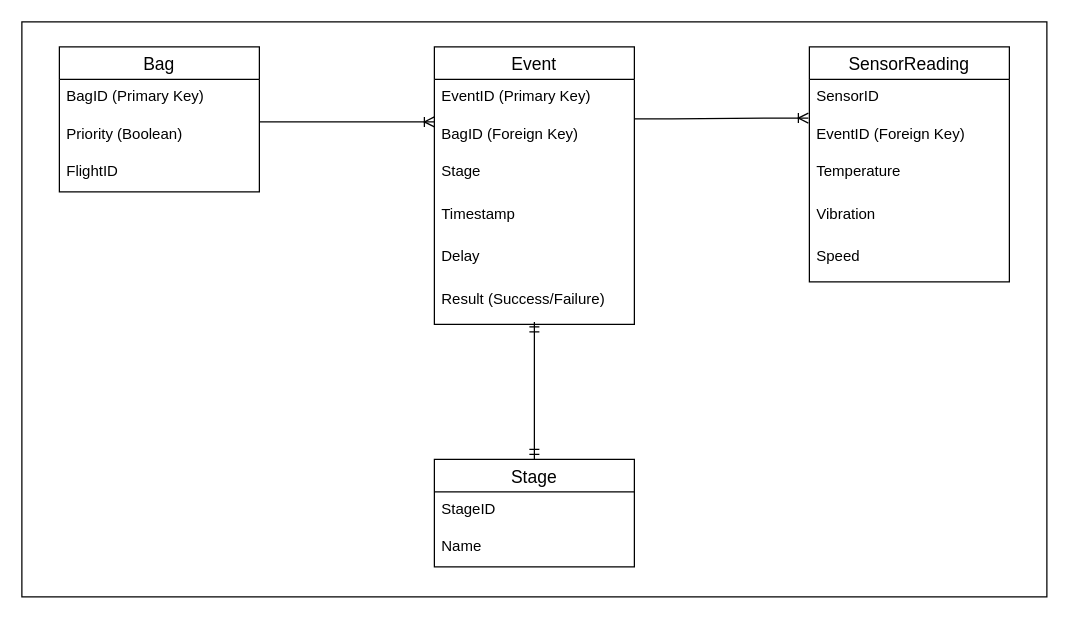
Above: Notes/ERD.drawio in jmatvdbergdotus/Project-3-Data-Comes-Alive (draw.io), before the change. Source tidied: cells renumbered, new cells numbered last; positions are measured from the earlier drawing's top-left corner, leaving out a move shared by most shapes. Both pictures are drawn from the tidied source at 125%, with x=0, y=0 at pixel (21, 21).
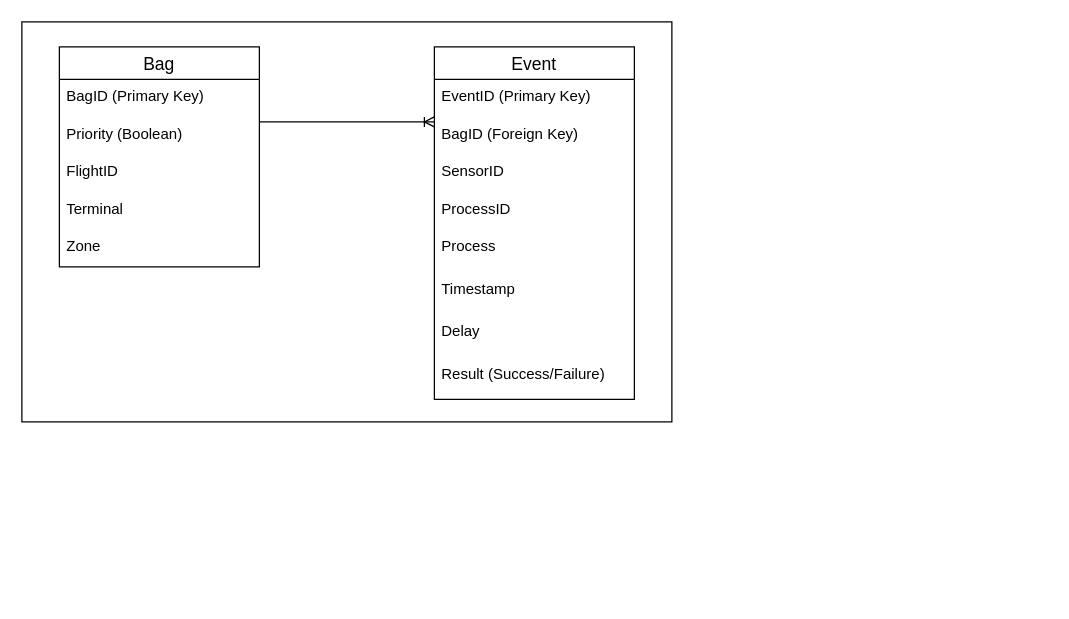
The same diagram, later.

Change to the diagram source:
```diff
@@
     <mxCell id="2" value="Bag" style="swimlane;fontStyle=0;horizontal=1;startSize=26;align=center;fontSize=14;" parent="1" vertex="1">
-      <mxGeometry x="30" y="20" width="160" height="116" as="geometry" />
+      <mxGeometry x="30" y="20" width="160" height="176" as="geometry" />
     </mxCell>
@@
+    <mxCell id="26" value="Terminal" style="text;strokeColor=none;fillColor=none;spacingLeft=4;spacingRight=4;overflow=hidden;fontSize=12;whiteSpace=wrap;html=1;" parent="2" vertex="1">
+      <mxGeometry y="116" width="160" height="30" as="geometry" />
+    </mxCell>
+    <mxCell id="27" value="Zone" style="text;strokeColor=none;fillColor=none;spacingLeft=4;spacingRight=4;overflow=hidden;fontSize=12;whiteSpace=wrap;html=1;" parent="2" vertex="1">
+      <mxGeometry y="146" width="160" height="30" as="geometry" />
+    </mxCell>
     <mxCell id="6" value="Event" style="swimlane;fontStyle=0;horizontal=1;startSize=26;align=center;fontSize=14;" parent="1" vertex="1">
-      <mxGeometry x="330" y="20" width="160" height="222" as="geometry" />
+      <mxGeometry x="330" y="20" width="160" height="282" as="geometry" />
     </mxCell>
@@
+    <mxCell id="14" value="SensorID" style="text;strokeColor=none;fillColor=none;spacingLeft=4;spacingRight=4;overflow=hidden;points=[[0,0.5],[1,0.5]];portConstraint=eastwest;fontSize=12;whiteSpace=wrap;html=1;" parent="6" vertex="1">
+      <mxGeometry y="86" width="160" height="30" as="geometry" />
+    </mxCell>
+    <mxCell id="20" value="ProcessID" style="text;strokeColor=none;fillColor=none;spacingLeft=4;spacingRight=4;overflow=hidden;fontSize=12;whiteSpace=wrap;html=1;" parent="6" vertex="1">
+      <mxGeometry y="116" width="160" height="30" as="geometry" />
+    </mxCell>
-    <mxCell id="9" value="Stage" style="text;strokeColor=none;fillColor=none;spacingLeft=4;spacingRight=4;overflow=hidden;fontSize=12;whiteSpace=wrap;html=1;" parent="6" vertex="1">
-      <mxGeometry y="86" width="160" height="34" as="geometry" />
+    <mxCell id="9" value="Process" style="text;strokeColor=none;fillColor=none;spacingLeft=4;spacingRight=4;overflow=hidden;fontSize=12;whiteSpace=wrap;html=1;" parent="6" vertex="1">
+      <mxGeometry y="146" width="160" height="34" as="geometry" />
     </mxCell>
     <mxCell id="10" value="Timestamp" style="text;strokeColor=none;fillColor=none;spacingLeft=4;spacingRight=4;overflow=hidden;fontSize=12;whiteSpace=wrap;html=1;" parent="6" vertex="1">
-      <mxGeometry y="120" width="160" height="34" as="geometry" />
+      <mxGeometry y="180" width="160" height="34" as="geometry" />
     </mxCell>
     <mxCell id="11" value="Delay" style="text;strokeColor=none;fillColor=none;spacingLeft=4;spacingRight=4;overflow=hidden;fontSize=12;whiteSpace=wrap;html=1;" parent="6" vertex="1">
-      <mxGeometry y="154" width="160" height="34" as="geometry" />
+      <mxGeometry y="214" width="160" height="34" as="geometry" />
     </mxCell>
     <mxCell id="12" value="Result (Success/Failure)" style="text;strokeColor=none;fillColor=none;spacingLeft=4;spacingRight=4;overflow=hidden;fontSize=12;whiteSpace=wrap;html=1;" parent="6" vertex="1">
-      <mxGeometry y="188" width="160" height="34" as="geometry" />
+      <mxGeometry y="248" width="160" height="34" as="geometry" />
     </mxCell>
-    <mxCell id="13" value="SensorReading" style="swimlane;fontStyle=0;horizontal=1;startSize=26;align=center;fontSize=14;" parent="1" vertex="1">
-      <mxGeometry x="630" y="20" width="160" height="188" as="geometry" />
-    </mxCell>
-    <mxCell id="14" value="SensorID" style="text;strokeColor=none;fillColor=none;spacingLeft=4;spacingRight=4;overflow=hidden;points=[[0,0.5],[1,0.5]];portConstraint=eastwest;fontSize=12;whiteSpace=wrap;html=1;" parent="13" vertex="1">
-      <mxGeometry y="26" width="160" height="30" as="geometry" />
-    </mxCell>
-    <mxCell id="15" value="EventID (Foreign Key)" style="text;strokeColor=none;fillColor=none;spacingLeft=4;spacingRight=4;overflow=hidden;fontSize=12;whiteSpace=wrap;html=1;" parent="13" vertex="1">
-      <mxGeometry y="56" width="160" height="30" as="geometry" />
-    </mxCell>
-    <mxCell id="16" value="Temperature" style="text;strokeColor=none;fillColor=none;spacingLeft=4;spacingRight=4;overflow=hidden;fontSize=12;whiteSpace=wrap;html=1;" parent="13" vertex="1">
-      <mxGeometry y="86" width="160" height="34" as="geometry" />
-    </mxCell>
-    <mxCell id="17" value="Vibration" style="text;strokeColor=none;fillColor=none;spacingLeft=4;spacingRight=4;overflow=hidden;fontSize=12;whiteSpace=wrap;html=1;" parent="13" vertex="1">
-      <mxGeometry y="120" width="160" height="34" as="geometry" />
-    </mxCell>
-    <mxCell id="18" value="Speed" style="text;strokeColor=none;fillColor=none;spacingLeft=4;spacingRight=4;overflow=hidden;fontSize=12;whiteSpace=wrap;html=1;" parent="13" vertex="1">
-      <mxGeometry y="154" width="160" height="34" as="geometry" />
-    </mxCell>
-    <mxCell id="19" value="Stage" style="swimlane;fontStyle=0;horizontal=1;startSize=26;align=center;fontSize=14;" parent="1" vertex="1">
-      <mxGeometry x="330" y="350" width="160" height="86" as="geometry" />
-    </mxCell>
-    <mxCell id="20" value="StageID" style="text;strokeColor=none;fillColor=none;spacingLeft=4;spacingRight=4;overflow=hidden;fontSize=12;whiteSpace=wrap;html=1;" parent="19" vertex="1">
-      <mxGeometry y="26" width="160" height="30" as="geometry" />
-    </mxCell>
-    <mxCell id="21" value="Name" style="text;strokeColor=none;fillColor=none;spacingLeft=4;spacingRight=4;overflow=hidden;fontSize=12;whiteSpace=wrap;html=1;" parent="19" vertex="1">
-      <mxGeometry y="56" width="160" height="30" as="geometry" />
-    </mxCell>
@@
-    <mxCell id="23" style="fontSize=12;html=1;endArrow=ERmandOne;startArrow=ERmandOne;rounded=0;exitX=0.5;exitY=0;exitDx=0;exitDy=0;" parent="1" edge="1" source="19">
-      <mxGeometry relative="1" as="geometry">
-        <mxPoint x="410" y="240" as="targetPoint" />
-      </mxGeometry>
-    </mxCell>
-    <mxCell id="24" style="edgeStyle=entityRelationEdgeStyle;fontSize=12;html=1;endArrow=ERoneToMany;rounded=0;entryX=-0.005;entryY=1.033;entryDx=0;entryDy=0;entryPerimeter=0;" parent="1" edge="1" target="14">
-      <mxGeometry relative="1" as="geometry">
-        <mxPoint x="490" y="77.5" as="sourcePoint" />
-      </mxGeometry>
-    </mxCell>
     <mxCell id="25" style="rounded=0;whiteSpace=wrap;html=1;fillColor=none;" parent="1" vertex="1">
-      <mxGeometry width="820" height="460" as="geometry" />
+      <mxGeometry width="520" height="320" as="geometry" />
     </mxCell>
```
